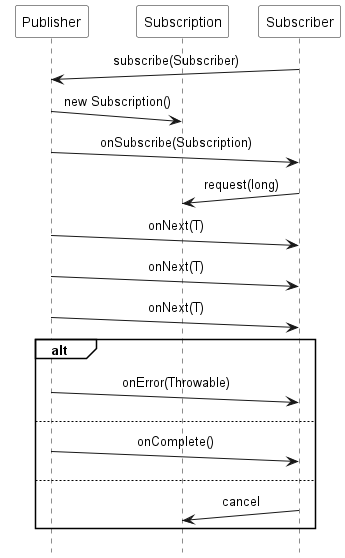
This is images/pattern_Reactive_Streams.png from ti-cortex-m4/demo-java-reactive-streams-old, a PlantUML export, as it was before one commit.
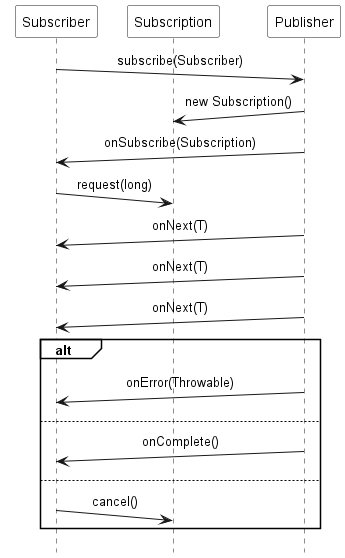
The same diagram one commit later.

Change to the diagram source:
```diff
@@ -13,9 +13,9 @@
 skinparam sequenceGroupBackgroundColor #white
 skinparam participantPadding 10
 
+participant Subscriber
+participant Subscription
 participant Publisher
-participant Subscription
-participant Subscriber
 
 Subscriber ->(10) Publisher : subscribe(Subscriber)
 Publisher ->(10) Subscription : new Subscription()
@@ -32,7 +32,7 @@
 else
     Publisher ->(10) Subscriber : onComplete()
 else
-    Subscriber ->(10) Subscription : cancel
+    Subscriber ->(10) Subscription : cancel()
 end
 
 @enduml
```
